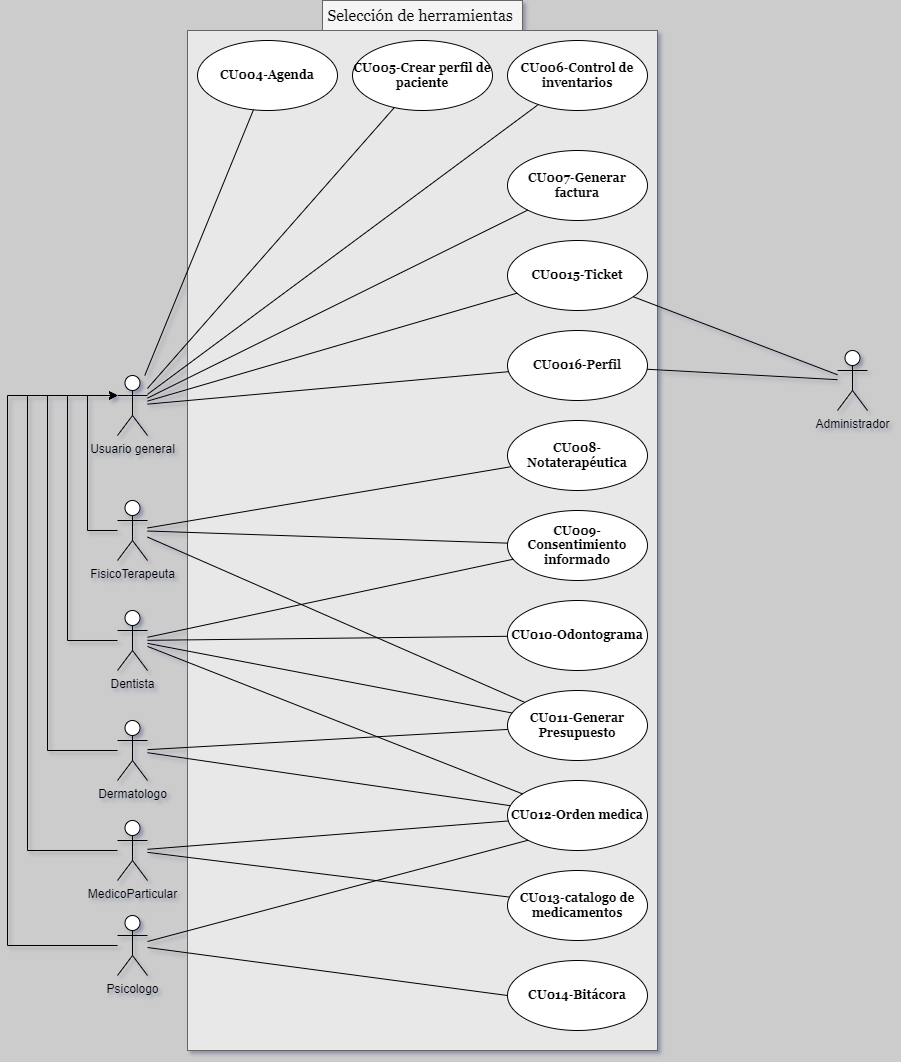
Before: DiagraCasosDeUso/SeleccionDeHerramientas.drawio.png, a diagram exported from draw.io (CH3MOO/SpecialityX). Source tidied: cells renumbered, new cells last; positions are measured from the earlier drawing's top-left corner, leaving out a move shared by most shapes.
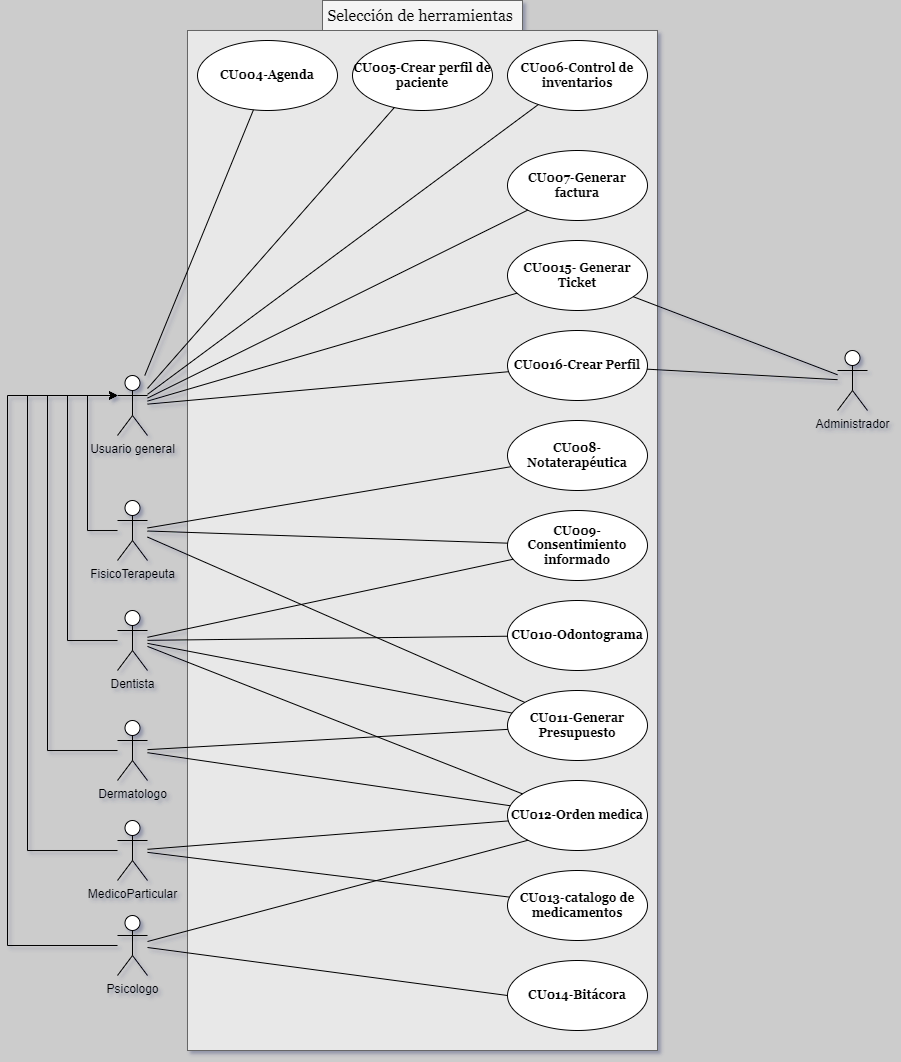
Later version of the same file.

What changed in the source:
```diff
@@ -153,13 +153,13 @@
     <mxCell id="43" value="Administrador&lt;div&gt;&lt;br&gt;&lt;/div&gt;" style="shape=umlActor;verticalLabelPosition=bottom;verticalAlign=top;html=1;" parent="1" vertex="1">
       <mxGeometry x="830" y="350" width="30" height="60" as="geometry" />
     </mxCell>
-    <mxCell id="44" value="CU0015-Ticket" style="ellipse;whiteSpace=wrap;html=1;fontFamily=Georgia;fontStyle=1;" parent="1" vertex="1">
+    <mxCell id="44" value="CU0015- Generar Ticket" style="ellipse;whiteSpace=wrap;html=1;fontFamily=Georgia;fontStyle=1;" parent="1" vertex="1">
       <mxGeometry x="500" y="240" width="140" height="70" as="geometry" />
     </mxCell>
     <mxCell id="45" style="endArrow=none;html=1;rounded=0;" parent="1" edge="1" source="2" target="44">
       <mxGeometry relative="1" as="geometry" />
     </mxCell>
-    <mxCell id="46" value="CU0016-Perfil" style="ellipse;whiteSpace=wrap;html=1;fontFamily=Georgia;fontStyle=1;" parent="1" vertex="1">
+    <mxCell id="46" value="CU0016-Crear Perfil" style="ellipse;whiteSpace=wrap;html=1;fontFamily=Georgia;fontStyle=1;" parent="1" vertex="1">
       <mxGeometry x="500" y="330" width="140" height="70" as="geometry" />
     </mxCell>
     <mxCell id="47" style="endArrow=none;html=1;rounded=0;" parent="1" edge="1" source="2" target="46">
```
